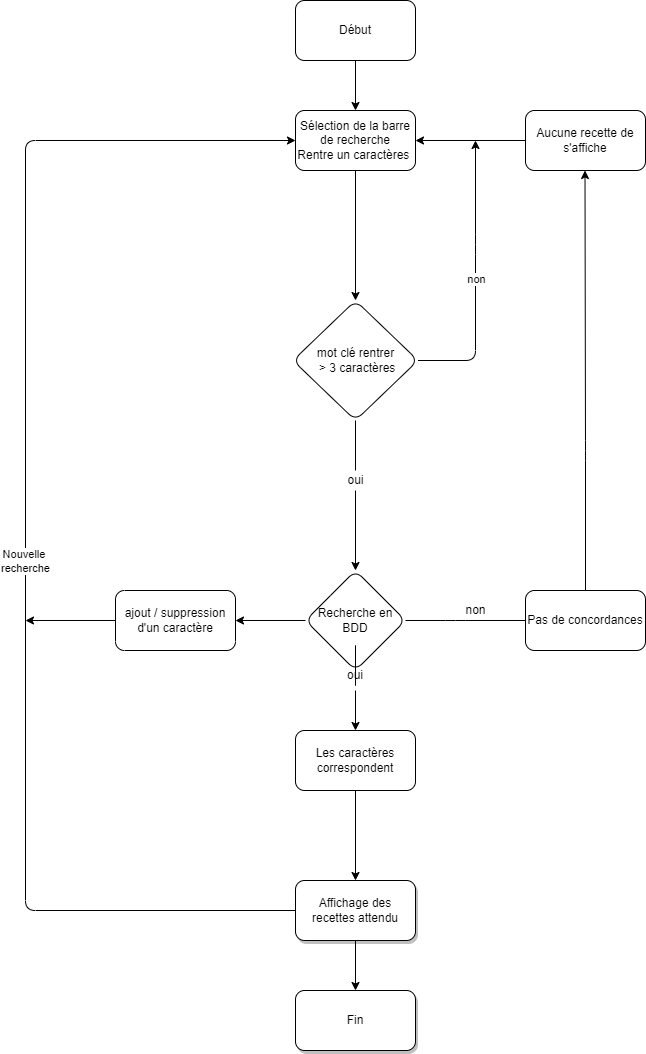
Above: public/docs/P07 Search BDD.drawio.png in Yan-Coquoz/P07-front-end_search-engine (draw.io), before the change. Source tidied: cells renumbered, new cells last; positions are measured from the earlier drawing's top-left corner, leaving out a move shared by most shapes.
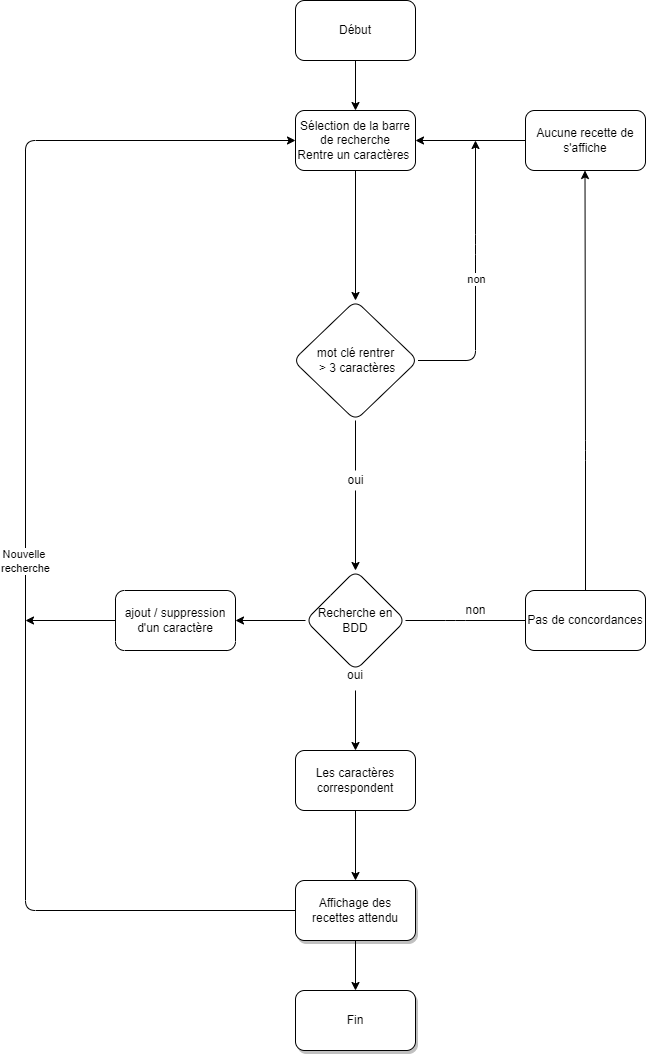
After the change.

Change to the diagram source:
```diff
@@ -27,7 +27,7 @@
       <mxGeometry relative="1" as="geometry" />
     </mxCell>
     <mxCell id="10" value="Les caractères correspondent" style="whiteSpace=wrap;html=1;rounded=1;" parent="1" vertex="1">
-      <mxGeometry x="270" y="730" width="120" height="60" as="geometry" />
+      <mxGeometry x="270" y="750" width="120" height="60" as="geometry" />
     </mxCell>
     <mxCell id="11" style="edgeStyle=orthogonalEdgeStyle;jettySize=auto;html=1;exitX=0;exitY=0.5;exitDx=0;exitDy=0;entryX=0;entryY=0.5;entryDx=0;entryDy=0;" parent="1" edge="1" source="14" target="5">
       <mxGeometry relative="1" as="geometry">
@@ -88,9 +88,6 @@
     <mxCell id="23" value="oui" style="text;html=1;strokeColor=none;fillColor=none;align=center;verticalAlign=middle;whiteSpace=wrap;rounded=1;" parent="1" vertex="1">
       <mxGeometry x="300" y="660" width="60" height="30" as="geometry" />
     </mxCell>
-    <mxCell id="24" style="edgeStyle=orthogonalEdgeStyle;jettySize=auto;html=1;endArrow=none;" parent="1" edge="1" source="8" target="23">
-      <mxGeometry relative="1" as="geometry" />
-    </mxCell>
     <mxCell id="25" value="Fin" style="whiteSpace=wrap;html=1;shadow=1;rounded=1;" parent="1" vertex="1">
       <mxGeometry x="270" y="990" width="120" height="60" as="geometry" />
     </mxCell>
```
